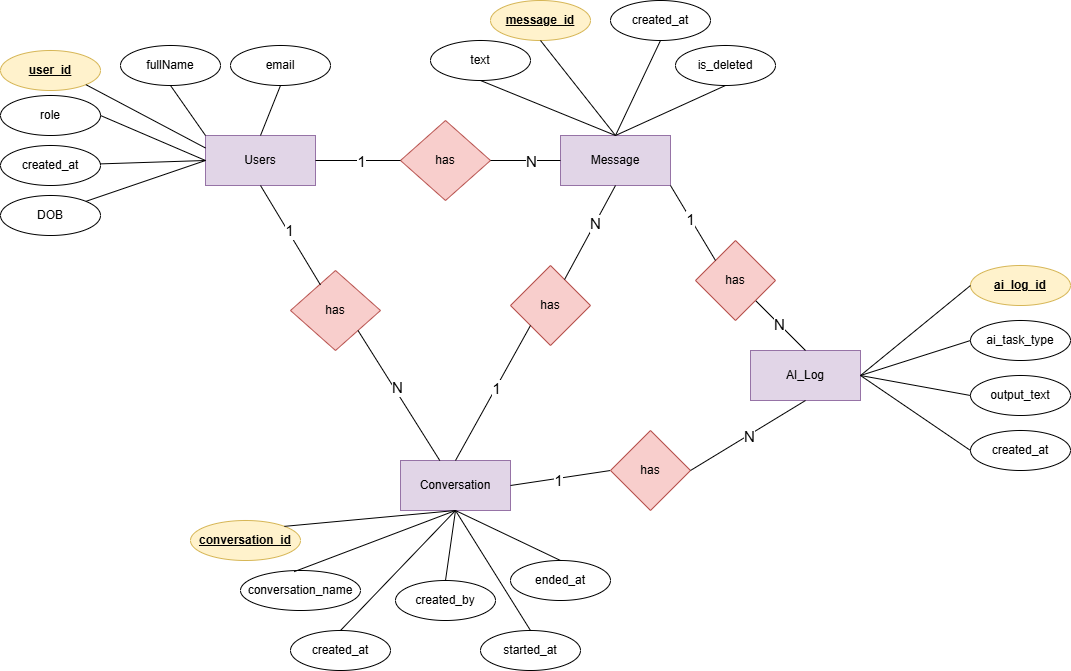
This is Database/Graph/so_do_thuc_the_lien_ket.drawio.png from Flower282/ITSS-Japanese, a draw.io export, as it was before one commit. Source tidied: cells renumbered, new cells last; positions are measured from the earlier drawing's top-left corner, leaving out a move shared by most shapes.
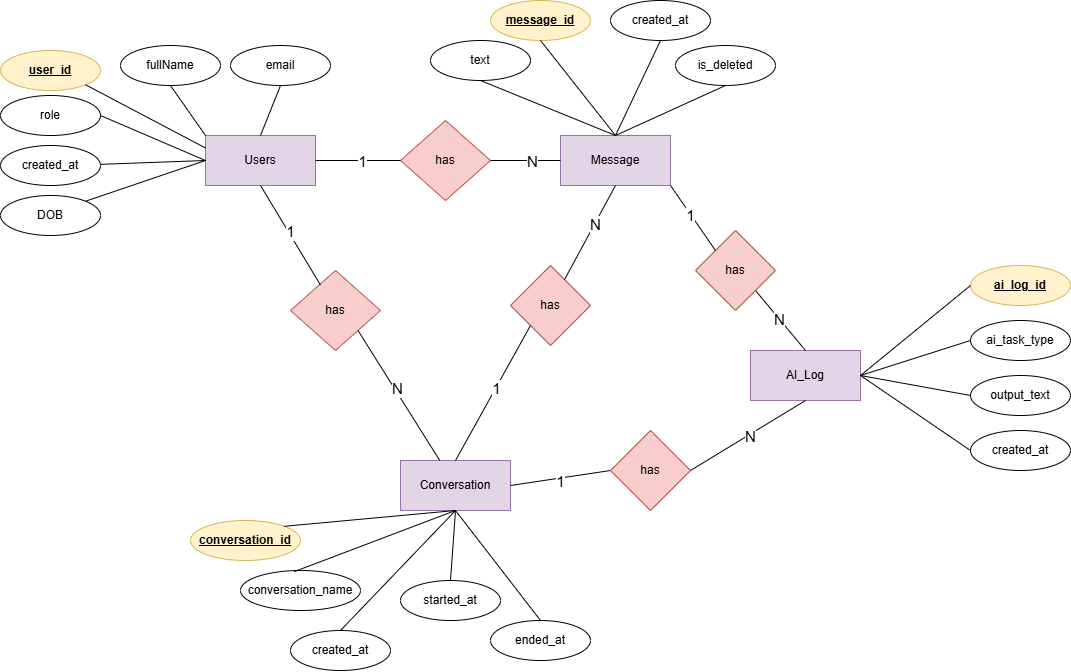
After the change.

What changed in the source:
```diff
@@ -41,9 +41,6 @@
     <mxCell id="14" value="created_at" style="ellipse;whiteSpace=wrap;html=1;" parent="1" vertex="1">
       <mxGeometry x="290" y="630" width="100" height="40" as="geometry" />
     </mxCell>
-    <mxCell id="15" value="created_by" style="ellipse;whiteSpace=wrap;html=1;" parent="1" vertex="1">
-      <mxGeometry x="395" y="580" width="100" height="40" as="geometry" />
-    </mxCell>
     <mxCell id="16" value="&lt;b&gt;&lt;u&gt;message_id&lt;/u&gt;&lt;/b&gt;" style="ellipse;whiteSpace=wrap;html=1;fillColor=#fff2cc;strokeColor=#d6b656;" parent="1" vertex="1">
       <mxGeometry x="490" width="100" height="40" as="geometry" />
     </mxCell>
@@ -95,9 +92,6 @@
     <mxCell id="32" style="endArrow=none;html=1;rounded=0;entryX=0.5;entryY=1;entryDx=0;entryDy=0;exitX=0.5;exitY=0;exitDx=0;exitDy=0;" parent="1" edge="1" source="14" target="3">
       <mxGeometry relative="1" as="geometry" />
     </mxCell>
-    <mxCell id="33" style="endArrow=none;html=1;rounded=0;entryX=0.5;entryY=1;entryDx=0;entryDy=0;exitX=0.5;exitY=0;exitDx=0;exitDy=0;" parent="1" edge="1" source="15" target="3">
-      <mxGeometry relative="1" as="geometry" />
-    </mxCell>
     <mxCell id="34" style="endArrow=none;html=1;rounded=0;entryX=0.5;entryY=1;entryDx=0;entryDy=0;exitX=0.5;exitY=0;exitDx=0;exitDy=0;" parent="1" edge="1" source="4" target="16">
       <mxGeometry relative="1" as="geometry" />
     </mxCell>
@@ -166,10 +160,10 @@
       </mxGeometry>
     </mxCell>
     <mxCell id="53" value="started_at" style="ellipse;whiteSpace=wrap;html=1;" parent="1" vertex="1">
-      <mxGeometry x="480" y="630" width="100" height="40" as="geometry" />
+      <mxGeometry x="400" y="580" width="100" height="40" as="geometry" />
     </mxCell>
     <mxCell id="54" value="ended_at" style="ellipse;whiteSpace=wrap;html=1;" parent="1" vertex="1">
-      <mxGeometry x="510" y="560" width="100" height="40" as="geometry" />
+      <mxGeometry x="490" y="620" width="100" height="40" as="geometry" />
     </mxCell>
     <mxCell id="55" style="endArrow=none;html=1;rounded=0;entryX=0.5;entryY=1;entryDx=0;entryDy=0;exitX=0.5;exitY=0;exitDx=0;exitDy=0;" parent="1" edge="1" source="53" target="3">
       <mxGeometry relative="1" as="geometry" />
@@ -211,7 +205,7 @@
       <mxGeometry x="0.09" relative="1" as="geometry" />
     </mxCell>
     <mxCell id="68" value="has" style="rhombus;whiteSpace=wrap;html=1;fillColor=#f8cecc;strokeColor=#b85450;" parent="1" vertex="1">
-      <mxGeometry x="695" y="240" width="80" height="80" as="geometry" />
+      <mxGeometry x="695" y="230" width="80" height="80" as="geometry" />
     </mxCell>
     <mxCell id="69" style="endArrow=none;html=1;rounded=0;entryX=1;entryY=1;entryDx=0;entryDy=0;exitX=0;exitY=0;exitDx=0;exitDy=0;" parent="1" edge="1" source="68" target="4">
       <mxGeometry relative="1" as="geometry" />
```
